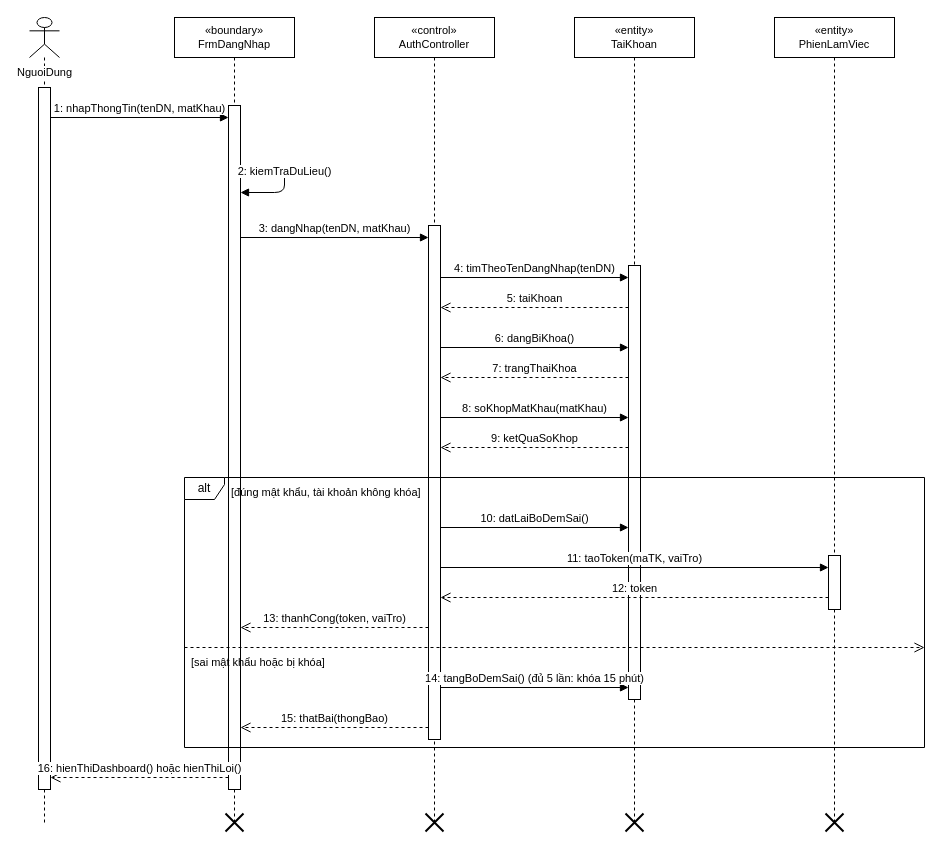
Before: docs/diagrams/03_TuanTu/UC_GD_001_Sequence_DangNhap.drawio in TranThienNhan8279/GreenDash, a draw.io diagram. Source tidied: cells renumbered, new cells numbered last; positions are measured from the earlier drawing's top-left corner, leaving out a move shared by most shapes. Both pictures are drawn from the tidied source at 100%, with x=0, y=0 at pixel (29, 17).
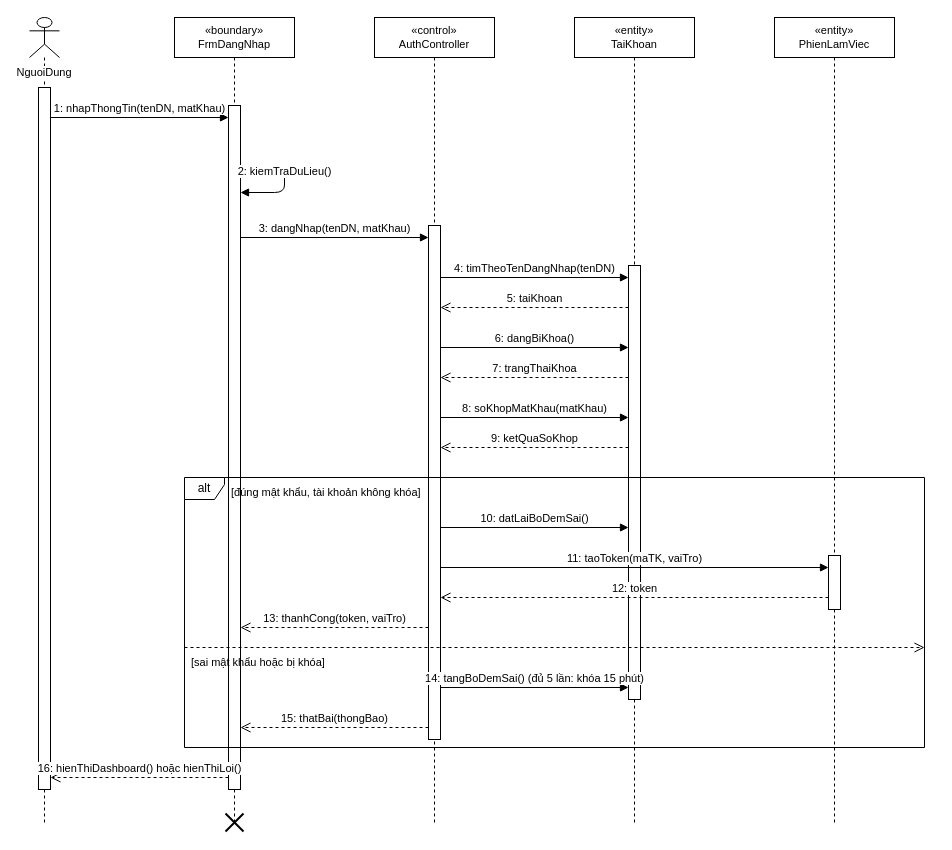
The same diagram, later.

Change to the diagram source:
```diff
@@
-    <mxCell id="2" value="NguoiDung" style="shape=umlLifeline;participant=umlActor;verticalAlign=top;spacingTop=42;labelBackgroundColor=#ffffff;perimeter=lifelinePerimeter;whiteSpace=nowrap;html=1;fontSize=11;" parent="1" vertex="1">
+    <mxCell id="2" value="NguoiDung" style="shape=umlLifeline;participant=umlActor;verticalAlign=top;spacingTop=42;labelBackgroundColor=#ffffff;perimeter=lifelinePerimeter;whiteSpace=wrap;html=1;fontSize=11;" parent="1" vertex="1">
       <mxGeometry width="30" height="805" as="geometry" />
     </mxCell>
@@
-    <mxCell id="11" style="shape=umlDestroy;html=1;strokeWidth=2;strokeColor=#000000;" parent="1" vertex="1">
-      <mxGeometry x="396" y="796" width="18" height="18" as="geometry" />
-    </mxCell>
@@
-    <mxCell id="13" style="shape=umlDestroy;html=1;strokeWidth=2;strokeColor=#000000;" parent="1" vertex="1">
-      <mxGeometry x="596" y="796" width="18" height="18" as="geometry" />
-    </mxCell>
@@
-    <mxCell id="15" style="shape=umlDestroy;html=1;strokeWidth=2;strokeColor=#000000;" parent="1" vertex="1">
-      <mxGeometry x="796" y="796" width="18" height="18" as="geometry" />
-    </mxCell>
```
